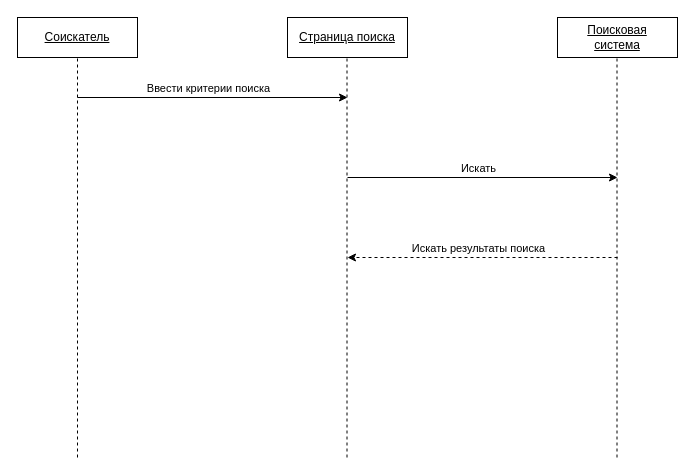
This is page "Простая диаграмма" (1 of 2) of 1-3 Диаграмма последовательности.drawio from kostya1962/MaPAIS, a draw.io file, before an edit. Source tidied: cells renumbered, new cells numbered last; positions are measured from the earlier drawing's top-left corner, leaving out a move shared by most shapes. Both pictures are drawn from the tidied source at 100%, with x=0, y=0 at pixel (17, 17).
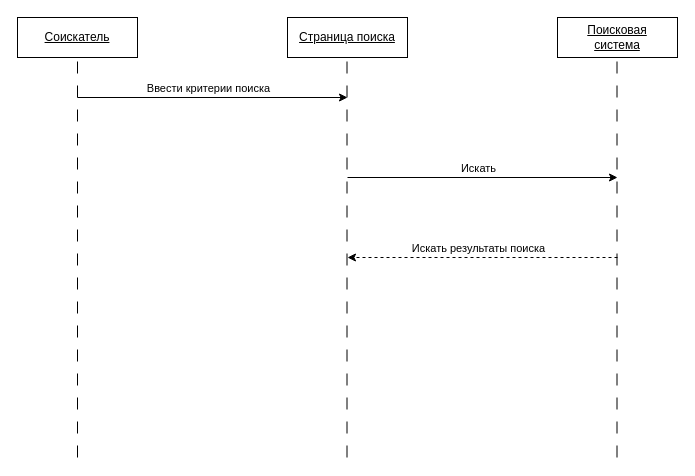
The same diagram, later.

Unchanged cells that the change refers to:
```xml
<mxCell id="2" style="rounded=0;whiteSpace=wrap;html=1;" parent="1" vertex="1">
  <mxGeometry width="120" height="40" as="geometry" />
</mxCell>
```

Change to the diagram source:
```diff
@@
-    <mxCell id="8" style="endArrow=none;dashed=1;html=1;rounded=0;entryX=0.5;entryY=1;entryDx=0;entryDy=0;" parent="1" edge="1" target="2">
+    <mxCell id="8" style="endArrow=none;dashed=1;html=1;rounded=0;entryX=0.5;entryY=1;entryDx=0;entryDy=0;dashPattern=12 12;" parent="1" edge="1" target="2">
       <mxGeometry relative="1" as="geometry">
         <mxPoint x="60" y="440" as="sourcePoint" />
       </mxGeometry>
     </mxCell>
-    <mxCell id="9" style="endArrow=none;dashed=1;html=1;rounded=0;entryX=0.5;entryY=1;entryDx=0;entryDy=0;" parent="1" edge="1">
+    <mxCell id="9" style="endArrow=none;dashed=1;html=1;rounded=0;entryX=0.5;entryY=1;entryDx=0;entryDy=0;dashPattern=12 12;" parent="1" edge="1">
       <mxGeometry relative="1" as="geometry">
         <mxPoint x="329.5" y="440" as="sourcePoint" />
         <mxPoint x="329.5" y="40" as="targetPoint" />
       </mxGeometry>
     </mxCell>
-    <mxCell id="10" style="endArrow=none;dashed=1;html=1;rounded=0;entryX=0.5;entryY=1;entryDx=0;entryDy=0;" parent="1" edge="1">
+    <mxCell id="10" style="endArrow=none;dashed=1;html=1;rounded=0;entryX=0.5;entryY=1;entryDx=0;entryDy=0;dashPattern=12 12;" parent="1" edge="1">
       <mxGeometry relative="1" as="geometry">
         <mxPoint x="599.5" y="440" as="sourcePoint" />
         <mxPoint x="599.5" y="40" as="targetPoint" />
       </mxGeometry>
     </mxCell>
```
